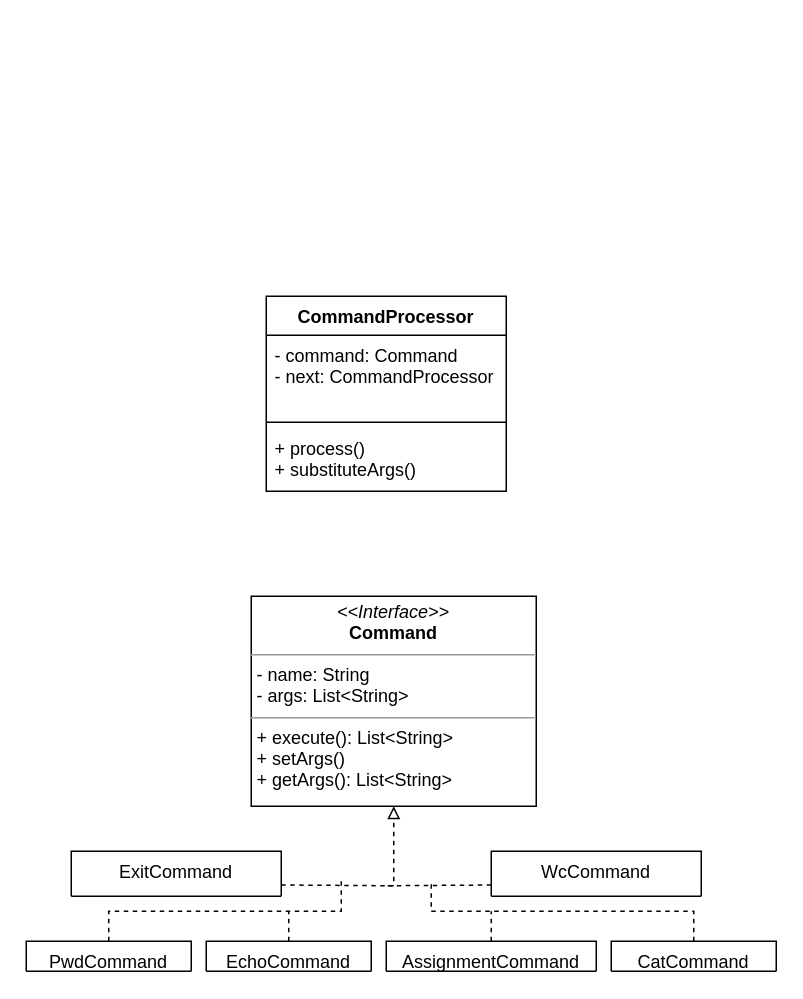
leoneed03/JB keeps this draw.io diagram as Untitled Diagram.drawio. Above is the earlier version. Source tidied: cells renumbered, new cells numbered last; positions are measured from the earlier drawing's top-left corner, leaving out a move shared by most shapes. Both pictures are drawn from the tidied source at 150%, with x=0, y=0 at pixel (26, 296).
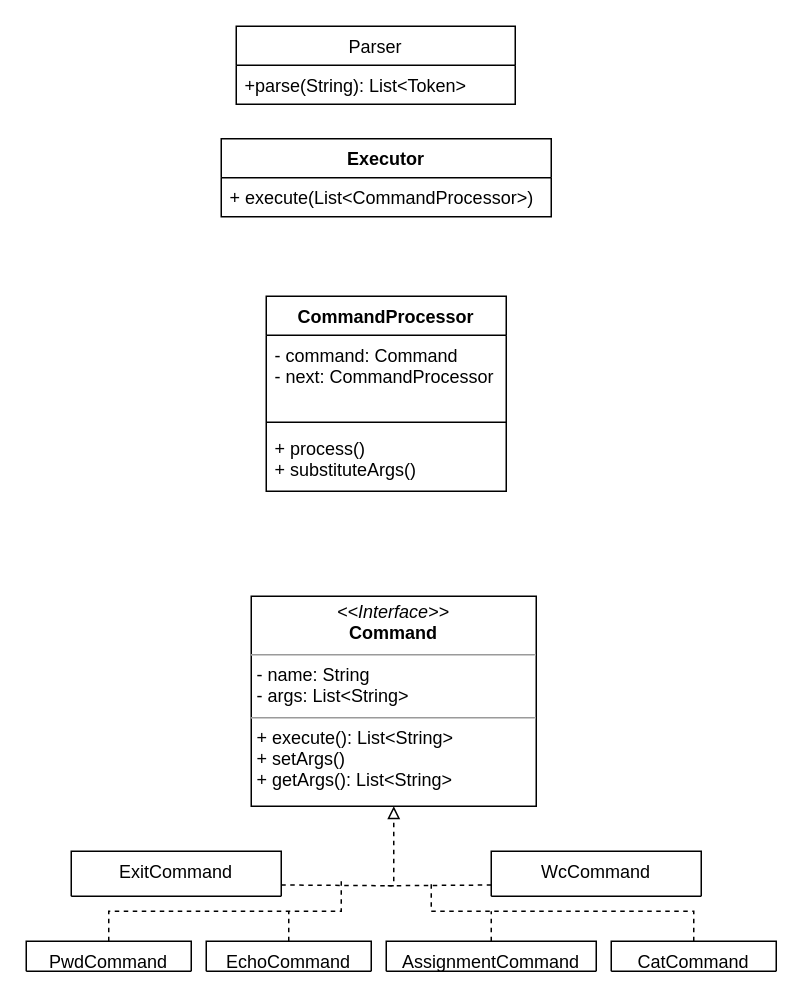
After the change.

Change to the diagram source:
```diff
@@
+    <mxCell id="19" value="Executor" style="swimlane;fontStyle=1;align=center;verticalAlign=top;horizontal=1;startSize=26;" parent="1" vertex="1">
+      <mxGeometry x="130" y="-105" width="220" height="52" as="geometry" />
+    </mxCell>
+    <mxCell id="20" value="+ execute(List&lt;CommandProcessor&gt;)&#10;" style="text;strokeColor=none;fillColor=none;align=left;verticalAlign=top;spacingLeft=4;spacingRight=4;overflow=hidden;" parent="19" vertex="1">
+      <mxGeometry y="26" width="220" height="26" as="geometry" />
+    </mxCell>
+    <mxCell id="21" value="Parser" style="swimlane;fontStyle=0;horizontal=1;startSize=26;fillColor=none;" parent="1" vertex="1">
+      <mxGeometry x="140" y="-180" width="186" height="52" as="geometry" />
+    </mxCell>
+    <mxCell id="22" value="+parse(String): List&lt;Token&gt;" style="text;strokeColor=none;fillColor=none;align=left;verticalAlign=top;spacingLeft=4;spacingRight=4;overflow=hidden;" parent="21" vertex="1">
+      <mxGeometry y="26" width="186" height="26" as="geometry" />
+    </mxCell>
```
